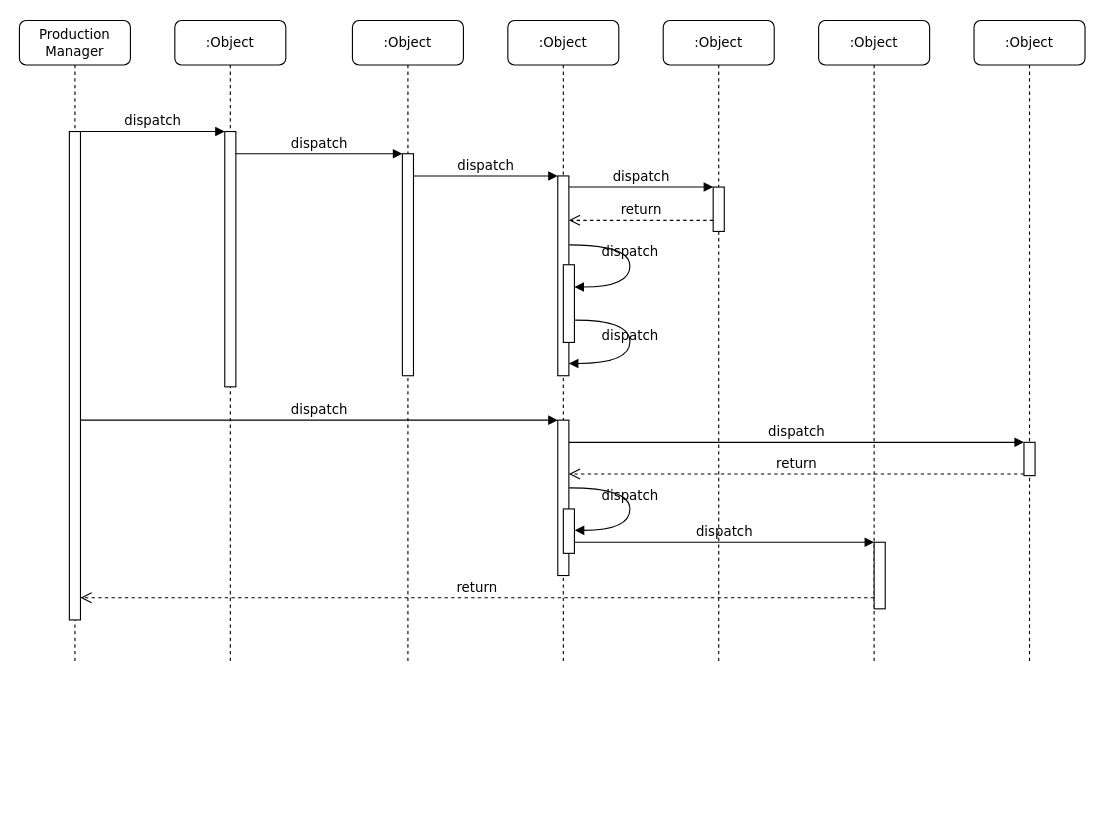
The draw.io diagram A2_SSD.drawio in critschris/COMP-354, before the edit. Source tidied: cells renumbered, new cells numbered last; positions are measured from the earlier drawing's top-left corner, leaving out a move shared by most shapes. Both pictures are drawn from the tidied source at 111%, with x=0, y=0 at pixel (19, 20).
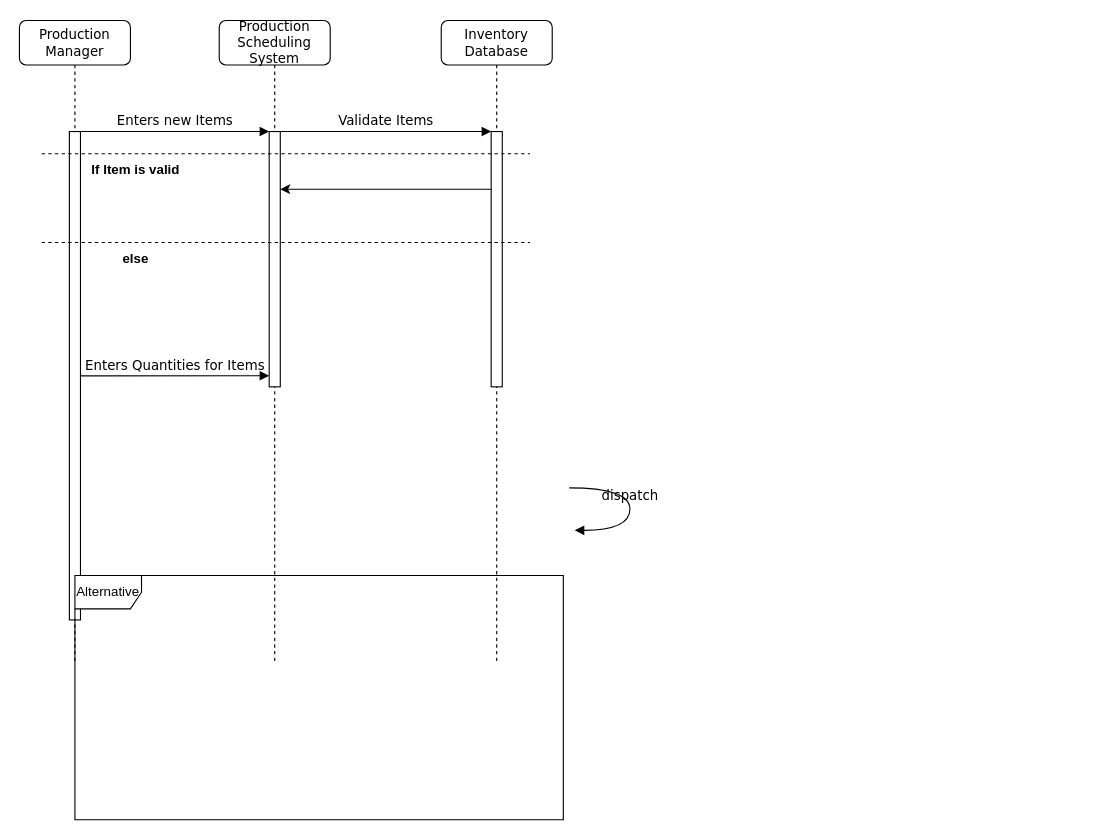
The same diagram, later.

The change refers to these unchanged cells:
```xml
<mxCell id="3" style="html=1;points=[];perimeter=orthogonalPerimeter;rounded=0;shadow=0;comic=0;labelBackgroundColor=none;strokeWidth=1;fontFamily=Verdana;fontSize=12;align=center;" parent="2" vertex="1">
  <mxGeometry x="45" y="100" width="10" height="230" as="geometry" />
</mxCell>
<mxCell id="11" style="html=1;points=[];perimeter=orthogonalPerimeter;rounded=0;shadow=0;comic=0;labelBackgroundColor=none;strokeWidth=1;fontFamily=Verdana;fontSize=12;align=center;" parent="10" vertex="1">
  <mxGeometry x="45" y="100" width="10" height="440" as="geometry" />
</mxCell>
```

What changed in the source:
```diff
@@
-    <mxCell id="2" value=":Object" style="shape=umlLifeline;perimeter=lifelinePerimeter;whiteSpace=wrap;html=1;rounded=1;shadow=0;comic=0;labelBackgroundColor=none;strokeWidth=1;fontFamily=Verdana;fontSize=12;align=center;" parent="1" vertex="1">
-      <mxGeometry x="140" width="100" height="580" as="geometry" />
+    <mxCell id="2" value="Production Scheduling&lt;div&gt;System&lt;/div&gt;" style="shape=umlLifeline;perimeter=lifelinePerimeter;whiteSpace=wrap;html=1;rounded=1;shadow=0;comic=0;labelBackgroundColor=none;strokeWidth=1;fontFamily=Verdana;fontSize=12;align=center;" parent="1" vertex="1">
+      <mxGeometry x="180" width="100" height="580" as="geometry" />
     </mxCell>
@@
-    <mxCell id="4" value=":Object" style="shape=umlLifeline;perimeter=lifelinePerimeter;whiteSpace=wrap;html=1;rounded=1;shadow=0;comic=0;labelBackgroundColor=none;strokeWidth=1;fontFamily=Verdana;fontSize=12;align=center;" parent="1" vertex="1">
-      <mxGeometry x="300" width="100" height="580" as="geometry" />
+    <mxCell id="4" value="Inventory&lt;div&gt;Database&lt;/div&gt;" style="shape=umlLifeline;perimeter=lifelinePerimeter;whiteSpace=wrap;html=1;rounded=1;shadow=0;comic=0;labelBackgroundColor=none;strokeWidth=1;fontFamily=Verdana;fontSize=12;align=center;" parent="1" vertex="1">
+      <mxGeometry x="380" width="100" height="580" as="geometry" />
     </mxCell>
     <mxCell id="5" style="html=1;points=[];perimeter=orthogonalPerimeter;rounded=0;shadow=0;comic=0;labelBackgroundColor=none;strokeWidth=1;fontFamily=Verdana;fontSize=12;align=center;" parent="4" vertex="1">
-      <mxGeometry x="45" y="120" width="10" height="200" as="geometry" />
+      <mxGeometry x="45" y="100" width="10" height="230" as="geometry" />
     </mxCell>
-    <mxCell id="6" value=":Object" style="shape=umlLifeline;perimeter=lifelinePerimeter;whiteSpace=wrap;html=1;rounded=1;shadow=0;comic=0;labelBackgroundColor=none;strokeWidth=1;fontFamily=Verdana;fontSize=12;align=center;" parent="1" vertex="1">
-      <mxGeometry x="440" width="100" height="580" as="geometry" />
-    </mxCell>
-    <mxCell id="7" value=":Object" style="shape=umlLifeline;perimeter=lifelinePerimeter;whiteSpace=wrap;html=1;rounded=1;shadow=0;comic=0;labelBackgroundColor=none;strokeWidth=1;fontFamily=Verdana;fontSize=12;align=center;" parent="1" vertex="1">
-      <mxGeometry x="580" width="100" height="580" as="geometry" />
-    </mxCell>
-    <mxCell id="8" value=":Object" style="shape=umlLifeline;perimeter=lifelinePerimeter;whiteSpace=wrap;html=1;rounded=1;shadow=0;comic=0;labelBackgroundColor=none;strokeWidth=1;fontFamily=Verdana;fontSize=12;align=center;" parent="1" vertex="1">
-      <mxGeometry x="720" width="100" height="580" as="geometry" />
-    </mxCell>
-    <mxCell id="9" value=":Object" style="shape=umlLifeline;perimeter=lifelinePerimeter;whiteSpace=wrap;html=1;rounded=1;shadow=0;comic=0;labelBackgroundColor=none;strokeWidth=1;fontFamily=Verdana;fontSize=12;align=center;" parent="1" vertex="1">
-      <mxGeometry x="860" width="100" height="580" as="geometry" />
-    </mxCell>
@@
-    <mxCell id="12" style="html=1;points=[];perimeter=orthogonalPerimeter;rounded=0;shadow=0;comic=0;labelBackgroundColor=none;strokeWidth=1;fontFamily=Verdana;fontSize=12;align=center;" parent="1" vertex="1">
-      <mxGeometry x="485" y="140" width="10" height="180" as="geometry" />
-    </mxCell>
-    <mxCell id="13" value="dispatch" style="html=1;verticalAlign=bottom;endArrow=block;labelBackgroundColor=none;fontFamily=Verdana;fontSize=12;edgeStyle=elbowEdgeStyle;elbow=vertical;" parent="1" edge="1" source="5" target="12">
-      <mxGeometry relative="1" as="geometry">
-        <Array as="points">
-          <mxPoint x="360" y="140" />
-        </Array>
-      </mxGeometry>
-    </mxCell>
-    <mxCell id="14" style="html=1;points=[];perimeter=orthogonalPerimeter;rounded=0;shadow=0;comic=0;labelBackgroundColor=none;strokeWidth=1;fontFamily=Verdana;fontSize=12;align=center;" parent="1" vertex="1">
-      <mxGeometry x="625" y="150" width="10" height="40" as="geometry" />
-    </mxCell>
-    <mxCell id="15" value="dispatch" style="html=1;verticalAlign=bottom;endArrow=block;entryX=0;entryY=0;labelBackgroundColor=none;fontFamily=Verdana;fontSize=12;edgeStyle=elbowEdgeStyle;elbow=vertical;" parent="1" edge="1" source="12" target="14">
-      <mxGeometry relative="1" as="geometry" />
-    </mxCell>
-    <mxCell id="16" value="return" style="html=1;verticalAlign=bottom;endArrow=open;dashed=1;endSize=8;labelBackgroundColor=none;fontFamily=Verdana;fontSize=12;edgeStyle=elbowEdgeStyle;elbow=vertical;" parent="1" edge="1" source="14" target="12">
-      <mxGeometry relative="1" as="geometry">
-        <Array as="points">
-          <mxPoint x="570" y="180" />
-          <mxPoint x="600" y="180" />
-        </Array>
-      </mxGeometry>
-    </mxCell>
-    <mxCell id="17" style="html=1;points=[];perimeter=orthogonalPerimeter;rounded=0;shadow=0;comic=0;labelBackgroundColor=none;strokeWidth=1;fontFamily=Verdana;fontSize=12;align=center;" parent="1" vertex="1">
-      <mxGeometry x="485" y="360" width="10" height="140" as="geometry" />
-    </mxCell>
-    <mxCell id="18" value="dispatch" style="html=1;verticalAlign=bottom;endArrow=block;entryX=0;entryY=0;labelBackgroundColor=none;fontFamily=Verdana;fontSize=12;" parent="1" edge="1" source="11" target="17">
-      <mxGeometry relative="1" as="geometry" />
-    </mxCell>
-    <mxCell id="19" style="html=1;points=[];perimeter=orthogonalPerimeter;rounded=0;shadow=0;comic=0;labelBackgroundColor=none;strokeColor=#000000;strokeWidth=1;fillColor=#FFFFFF;fontFamily=Verdana;fontSize=12;fontColor=#000000;align=center;" parent="1" vertex="1">
-      <mxGeometry x="905" y="380" width="10" height="30" as="geometry" />
-    </mxCell>
-    <mxCell id="20" value="dispatch" style="html=1;verticalAlign=bottom;endArrow=block;entryX=0;entryY=0;labelBackgroundColor=none;fontFamily=Verdana;fontSize=12;" parent="1" edge="1" source="17" target="19">
-      <mxGeometry relative="1" as="geometry" />
-    </mxCell>
-    <mxCell id="21" value="return" style="html=1;verticalAlign=bottom;endArrow=open;dashed=1;endSize=8;exitX=0;exitY=0.95;labelBackgroundColor=none;fontFamily=Verdana;fontSize=12;" parent="1" edge="1" source="19" target="17">
-      <mxGeometry relative="1" as="geometry" />
-    </mxCell>
-    <mxCell id="22" style="html=1;points=[];perimeter=orthogonalPerimeter;rounded=0;shadow=0;comic=0;labelBackgroundColor=none;strokeWidth=1;fontFamily=Verdana;fontSize=12;align=center;" parent="1" vertex="1">
-      <mxGeometry x="770" y="470" width="10" height="60" as="geometry" />
-    </mxCell>
-    <mxCell id="23" value="dispatch" style="html=1;verticalAlign=bottom;endArrow=block;entryX=0;entryY=0;labelBackgroundColor=none;fontFamily=Verdana;fontSize=12;edgeStyle=elbowEdgeStyle;elbow=vertical;" parent="1" edge="1" source="30" target="22">
-      <mxGeometry relative="1" as="geometry" />
-    </mxCell>
-    <mxCell id="24" value="return" style="html=1;verticalAlign=bottom;endArrow=open;dashed=1;endSize=8;labelBackgroundColor=none;fontFamily=Verdana;fontSize=12;edgeStyle=elbowEdgeStyle;elbow=vertical;" parent="1" edge="1" source="22" target="11">
-      <mxGeometry relative="1" as="geometry">
-        <Array as="points">
-          <mxPoint x="470" y="520" />
-        </Array>
-      </mxGeometry>
-    </mxCell>
-    <mxCell id="25" value="dispatch" style="html=1;verticalAlign=bottom;endArrow=block;entryX=0;entryY=0;labelBackgroundColor=none;fontFamily=Verdana;fontSize=12;edgeStyle=elbowEdgeStyle;elbow=vertical;" parent="1" edge="1" source="11" target="3">
+    <mxCell id="25" value="Enters new Items" style="html=1;verticalAlign=bottom;endArrow=block;entryX=0;entryY=0;labelBackgroundColor=none;fontFamily=Verdana;fontSize=12;elbow=vertical;" parent="1" edge="1" source="11" target="3">
       <mxGeometry relative="1" as="geometry" />
     </mxCell>
-    <mxCell id="26" value="dispatch" style="html=1;verticalAlign=bottom;endArrow=block;entryX=0;entryY=0;labelBackgroundColor=none;fontFamily=Verdana;fontSize=12;edgeStyle=elbowEdgeStyle;elbow=vertical;" parent="1" edge="1" source="3" target="5">
+    <mxCell id="26" value="Validate Items" style="html=1;verticalAlign=bottom;endArrow=block;entryX=0;entryY=0;labelBackgroundColor=none;fontFamily=Verdana;fontSize=12;elbow=vertical;" parent="1" edge="1" source="3" target="5">
       <mxGeometry relative="1" as="geometry" />
     </mxCell>
-    <mxCell id="27" style="html=1;points=[];perimeter=orthogonalPerimeter;rounded=0;shadow=0;comic=0;labelBackgroundColor=none;strokeWidth=1;fontFamily=Verdana;fontSize=12;align=center;" parent="1" vertex="1">
-      <mxGeometry x="490" y="220" width="10" height="70" as="geometry" />
-    </mxCell>
-    <mxCell id="28" value="dispatch" style="html=1;verticalAlign=bottom;endArrow=block;labelBackgroundColor=none;fontFamily=Verdana;fontSize=12;elbow=vertical;edgeStyle=orthogonalEdgeStyle;curved=1;entryX=1;entryY=0.286;entryPerimeter=0;exitX=1.038;exitY=0.345;exitPerimeter=0;" parent="1" edge="1" source="12" target="27">
-      <mxGeometry relative="1" as="geometry">
-        <Array as="points">
-          <mxPoint x="550" y="202" />
-          <mxPoint x="550" y="240" />
-        </Array>
-      </mxGeometry>
-    </mxCell>
-    <mxCell id="29" value="dispatch" style="html=1;verticalAlign=bottom;endArrow=block;labelBackgroundColor=none;fontFamily=Verdana;fontSize=12;elbow=vertical;edgeStyle=orthogonalEdgeStyle;curved=1;exitX=1.066;exitY=0.713;exitPerimeter=0;" parent="1" edge="1" source="27">
-      <mxGeometry relative="1" as="geometry">
-        <mxPoint x="495" y="309" as="targetPoint" />
-        <Array as="points">
-          <mxPoint x="550" y="270" />
-          <mxPoint x="550" y="309" />
-        </Array>
-      </mxGeometry>
-    </mxCell>
-    <mxCell id="30" style="html=1;points=[];perimeter=orthogonalPerimeter;rounded=0;shadow=0;comic=0;labelBackgroundColor=none;strokeWidth=1;fontFamily=Verdana;fontSize=12;align=center;" parent="1" vertex="1">
-      <mxGeometry x="490" y="440" width="10" height="40" as="geometry" />
-    </mxCell>
@@
+    <mxCell id="32" value="Enters Quantities for Items" style="html=1;verticalAlign=bottom;endArrow=block;entryX=0.1;entryY=0.43;labelBackgroundColor=none;fontFamily=Verdana;fontSize=12;elbow=vertical;entryDx=0;entryDy=0;entryPerimeter=0;sourcePerimeterSpacing=0;" parent="1" edge="1">
+      <mxGeometry relative="1" as="geometry">
+        <mxPoint x="55" y="320.1" as="sourcePoint" />
+        <mxPoint x="225" y="320" as="targetPoint" />
+      </mxGeometry>
+    </mxCell>
+    <mxCell id="33" value="Alternative" style="shape=umlFrame;whiteSpace=wrap;html=1;" parent="1" vertex="1">
+      <mxGeometry x="50" y="500" width="440" height="220" as="geometry" />
+    </mxCell>
+    <mxCell id="34" style="endArrow=none;html=1;rounded=0;entryX=1.007;entryY=0.5;entryDx=0;entryDy=0;entryPerimeter=0;dashed=1;" parent="1" edge="1">
+      <mxGeometry relative="1" as="geometry">
+        <mxPoint x="20" y="120" as="sourcePoint" />
+        <mxPoint x="460" y="120" as="targetPoint" />
+      </mxGeometry>
+    </mxCell>
+    <mxCell id="35" style="endArrow=none;html=1;rounded=0;exitX=-0.002;exitY=0.5;exitDx=0;exitDy=0;exitPerimeter=0;entryX=1.007;entryY=0.5;entryDx=0;entryDy=0;entryPerimeter=0;dashed=1;" parent="1" edge="1">
+      <mxGeometry relative="1" as="geometry">
+        <mxPoint x="20" y="200" as="sourcePoint" />
+        <mxPoint x="460" y="200" as="targetPoint" />
+      </mxGeometry>
+    </mxCell>
+    <mxCell id="36" value="If Item is valid" style="text;html=1;align=center;verticalAlign=middle;whiteSpace=wrap;rounded=0;fontStyle=1;" parent="1" vertex="1">
+      <mxGeometry x="60" y="120" width="90" height="30" as="geometry" />
+    </mxCell>
+    <mxCell id="37" value="else" style="text;html=1;align=center;verticalAlign=middle;whiteSpace=wrap;rounded=0;fontStyle=1;" parent="1" vertex="1">
+      <mxGeometry x="60" y="200" width="90" height="30" as="geometry" />
+    </mxCell>
+    <mxCell id="38" style="endArrow=classic;html=1;rounded=0;entryX=1;entryY=0.226;entryDx=0;entryDy=0;entryPerimeter=0;" parent="1" edge="1" target="3">
+      <mxGeometry relative="1" as="geometry">
+        <mxPoint x="425" y="152" as="sourcePoint" />
+      </mxGeometry>
+    </mxCell>
```
